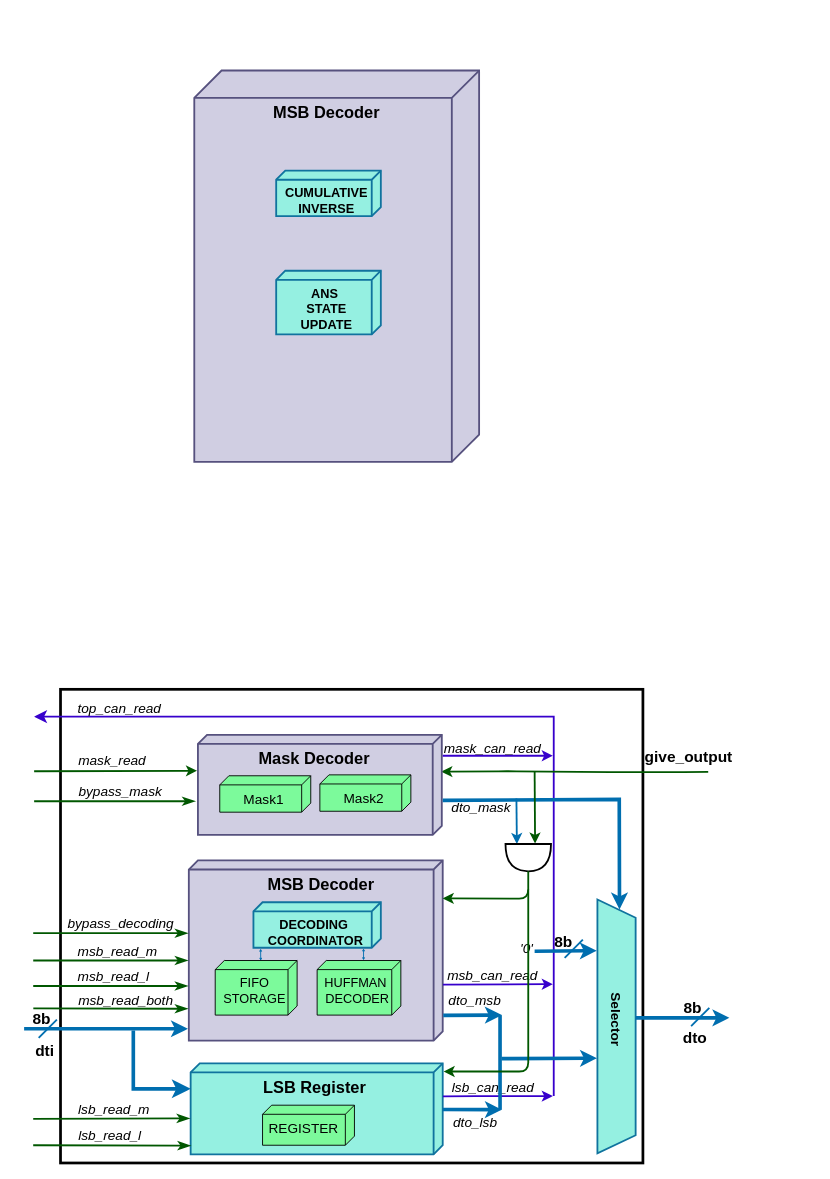
Earlier version of the draw.io diagram ANS decoder.drawio (Nithyarajoman/Drawio-figures). Source tidied: cells renumbered, new cells numbered last; positions are measured from the earlier drawing's top-left corner, leaving out a move shared by most shapes. Both pictures are drawn from the tidied source at 91%, with x=0, y=0 at pixel (24, 70).
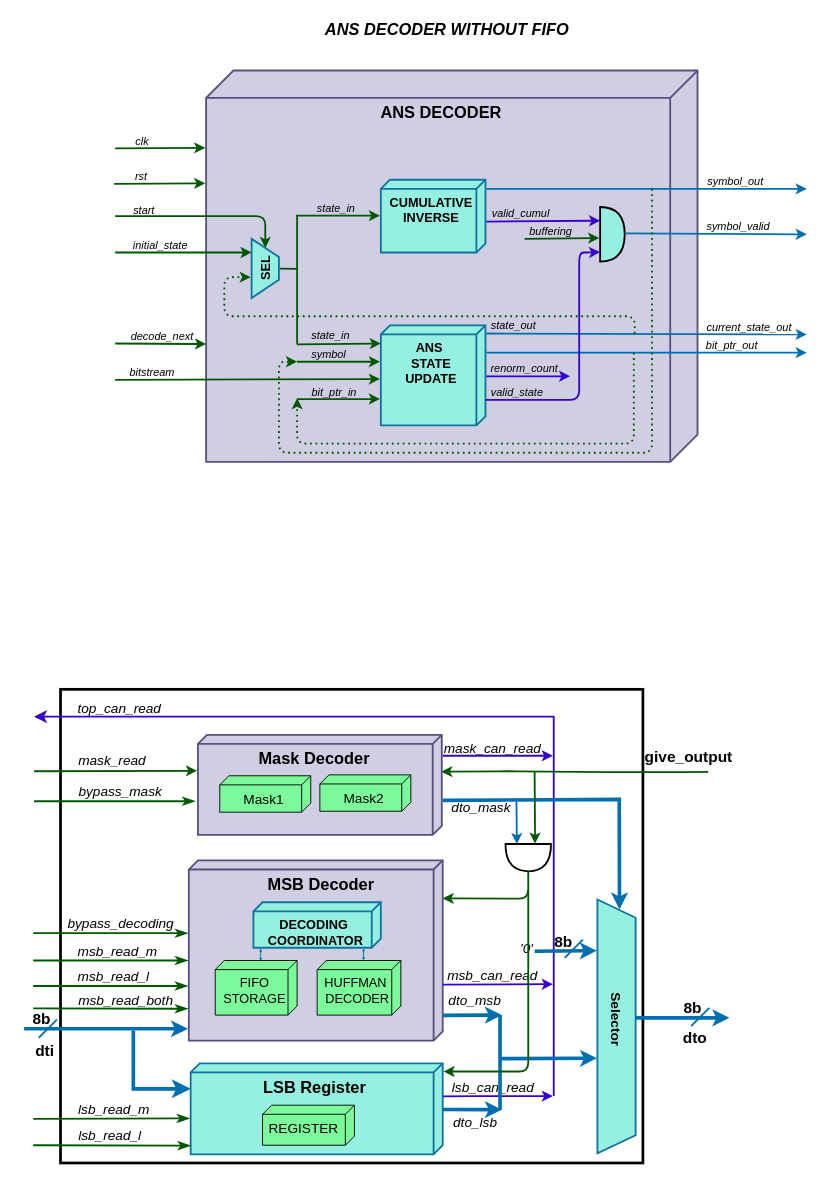
The same page after the edit.

What changed in the source:
```diff
@@
-    <mxCell id="68" value="&lt;font size=&quot;1&quot; color=&quot;#000000&quot;&gt;&lt;b style=&quot;font-size: 18px;&quot;&gt;&amp;nbsp; &amp;nbsp; &amp;nbsp; &amp;nbsp; &amp;nbsp; &amp;nbsp; &amp;nbsp; &amp;nbsp; MSB Decoder&lt;/b&gt;&lt;/font&gt;" style="verticalAlign=top;align=left;shape=cube;size=30;direction=south;fontStyle=0;html=1;boundedLbl=1;spacingLeft=5;rounded=1;fillColor=#d0cee2;strokeColor=#56517e;strokeWidth=2;" parent="1" vertex="1">
-      <mxGeometry x="187" width="313" height="430" as="geometry" />
+    <mxCell id="68" value="&lt;font size=&quot;1&quot; color=&quot;#000000&quot;&gt;&lt;b style=&quot;font-size: 18px;&quot;&gt;ANS DECODER&lt;/b&gt;&lt;/font&gt;" style="verticalAlign=top;align=center;shape=cube;size=30;direction=south;fontStyle=0;html=1;boundedLbl=1;spacingLeft=5;rounded=1;fillColor=#d0cee2;strokeColor=#56517e;strokeWidth=2;" parent="1" vertex="1">
+      <mxGeometry x="200" width="540" height="430" as="geometry" />
     </mxCell>
-    <mxCell id="69" value="&lt;span style=&quot;font-size: 14px;&quot;&gt;&lt;b&gt;CUMULATIVE&lt;/b&gt;&lt;/span&gt;&lt;div&gt;&lt;span style=&quot;font-size: 14px;&quot;&gt;&lt;b&gt;INVERSE&lt;/b&gt;&lt;/span&gt;&lt;/div&gt;" style="verticalAlign=top;align=center;shape=cube;size=10;direction=south;fontStyle=0;html=1;boundedLbl=1;spacingLeft=5;rounded=1;fillColor=#95F0E1;strokeColor=#10739e;strokeWidth=2;" parent="1" vertex="1">
-      <mxGeometry x="277" y="110" width="115" height="50" as="geometry" />
+    <mxCell id="69" value="&lt;div style=&quot;&quot;&gt;&lt;b style=&quot;font-size: 14px; background-color: transparent; color: light-dark(rgb(0, 0, 0), rgb(255, 255, 255));&quot;&gt;CUMULATIVE&lt;/b&gt;&lt;/div&gt;&lt;div style=&quot;&quot;&gt;&lt;span style=&quot;font-size: 14px;&quot;&gt;&lt;b&gt;INVERSE&lt;/b&gt;&lt;/span&gt;&lt;/div&gt;" style="verticalAlign=top;align=center;shape=cube;size=10;direction=south;fontStyle=0;html=1;boundedLbl=1;spacingLeft=5;rounded=1;fillColor=#95F0E1;strokeColor=#10739e;strokeWidth=2;" parent="1" vertex="1">
+      <mxGeometry x="392" y="120" width="115" height="80" as="geometry" />
     </mxCell>
     <mxCell id="70" value="&lt;span style=&quot;font-size: 14px;&quot;&gt;&lt;b&gt;ANS&amp;nbsp;&lt;/b&gt;&lt;/span&gt;&lt;div&gt;&lt;span style=&quot;font-size: 14px;&quot;&gt;&lt;b&gt;STATE&lt;/b&gt;&lt;/span&gt;&lt;div&gt;&lt;span style=&quot;font-size: 14px;&quot;&gt;&lt;b&gt;UPDATE&lt;/b&gt;&lt;/span&gt;&lt;/div&gt;&lt;/div&gt;" style="verticalAlign=top;align=center;shape=cube;size=10;direction=south;fontStyle=0;html=1;boundedLbl=1;spacingLeft=5;rounded=1;fillColor=#95F0E1;strokeColor=#10739e;strokeWidth=2;" parent="1" vertex="1">
-      <mxGeometry x="277" y="220" width="115" height="70" as="geometry" />
+      <mxGeometry x="392" y="280" width="115" height="110" as="geometry" />
     </mxCell>
+    <mxCell id="71" style="endArrow=classic;startArrow=none;endFill=1;startFill=0;html=1;verticalAlign=bottom;labelBackgroundColor=none;strokeWidth=2;shadow=0;sketch=0;fontColor=#000000;fillColor=#008a00;strokeColor=#005700;exitX=0.371;exitY=0.796;exitDx=0;exitDy=0;exitPerimeter=0;" parent="1" edge="1">
+      <mxGeometry relative="1" as="geometry">
+        <mxPoint x="298.8" y="159.5" as="sourcePoint" />
+        <mxPoint x="391" y="159.5" as="targetPoint" />
+      </mxGeometry>
+    </mxCell>
+    <mxCell id="72" value="&lt;i&gt;state_in&lt;/i&gt;" style="text;html=1;whiteSpace=wrap;strokeColor=none;fillColor=none;align=center;verticalAlign=middle;rounded=0;" parent="1" vertex="1">
+      <mxGeometry x="312.5" y="137" width="60" height="30" as="geometry" />
+    </mxCell>
+    <mxCell id="73" style="endArrow=classic;startArrow=none;endFill=1;startFill=0;html=1;verticalAlign=bottom;labelBackgroundColor=none;strokeWidth=2;shadow=0;sketch=0;fontColor=#000000;fillColor=#008a00;strokeColor=#005700;exitX=-0.075;exitY=0.133;exitDx=0;exitDy=0;exitPerimeter=0;" parent="1" edge="1" source="76">
+      <mxGeometry relative="1" as="geometry">
+        <mxPoint x="392" y="300" as="targetPoint" />
+      </mxGeometry>
+    </mxCell>
+    <mxCell id="74" value="&lt;i&gt;state_in&lt;/i&gt;" style="text;html=1;whiteSpace=wrap;strokeColor=none;fillColor=none;align=center;verticalAlign=middle;rounded=0;" parent="1" vertex="1">
+      <mxGeometry x="306.5" y="277" width="60" height="30" as="geometry" />
+    </mxCell>
+    <mxCell id="75" style="endArrow=classic;startArrow=none;endFill=1;startFill=0;html=1;verticalAlign=bottom;labelBackgroundColor=none;strokeWidth=2;shadow=0;sketch=0;fontColor=#000000;fillColor=#008a00;strokeColor=#005700;" parent="1" edge="1">
+      <mxGeometry relative="1" as="geometry">
+        <mxPoint x="300" y="320" as="sourcePoint" />
+        <mxPoint x="391" y="320" as="targetPoint" />
+      </mxGeometry>
+    </mxCell>
+    <mxCell id="76" value="&lt;i&gt;symbol&lt;/i&gt;" style="text;html=1;whiteSpace=wrap;strokeColor=none;fillColor=none;align=center;verticalAlign=middle;rounded=0;" parent="1" vertex="1">
+      <mxGeometry x="304.5" y="297" width="60" height="30" as="geometry" />
+    </mxCell>
+    <mxCell id="77" style="endArrow=classic;startArrow=none;endFill=1;startFill=0;html=1;verticalAlign=bottom;labelBackgroundColor=none;strokeWidth=2;shadow=0;sketch=0;fontColor=#000000;fillColor=#008a00;strokeColor=#005700;" parent="1" edge="1">
+      <mxGeometry relative="1" as="geometry">
+        <mxPoint x="100" y="340" as="sourcePoint" />
+        <mxPoint x="391" y="339" as="targetPoint" />
+      </mxGeometry>
+    </mxCell>
+    <mxCell id="78" value="&lt;i&gt;bitstream&lt;/i&gt;" style="text;html=1;whiteSpace=wrap;strokeColor=none;fillColor=none;align=center;verticalAlign=middle;rounded=0;" parent="1" vertex="1">
+      <mxGeometry x="111" y="317" width="60" height="30" as="geometry" />
+    </mxCell>
+    <mxCell id="79" style="endArrow=classic;startArrow=none;endFill=1;startFill=0;html=1;verticalAlign=bottom;labelBackgroundColor=none;strokeWidth=2;shadow=0;sketch=0;fontColor=#000000;fillColor=#008a00;strokeColor=#005700;" parent="1" edge="1">
+      <mxGeometry relative="1" as="geometry">
+        <mxPoint x="300" y="361" as="sourcePoint" />
+        <mxPoint x="391" y="361" as="targetPoint" />
+      </mxGeometry>
+    </mxCell>
+    <mxCell id="80" value="&lt;i&gt;bit_ptr_in&lt;/i&gt;" style="text;html=1;whiteSpace=wrap;strokeColor=none;fillColor=none;align=center;verticalAlign=middle;rounded=0;" parent="1" vertex="1">
+      <mxGeometry x="310.5" y="339" width="60" height="30" as="geometry" />
+    </mxCell>
+    <mxCell id="81" value="&lt;b&gt;&lt;font style=&quot;font-size: 14px;&quot;&gt;SEL&lt;/font&gt;&lt;/b&gt;" style="shape=trapezoid;perimeter=trapezoidPerimeter;whiteSpace=wrap;html=1;fixedSize=1;strokeColor=#10739e;fillColor=#95F0E1;direction=south;strokeWidth=2;horizontal=0;" parent="1" vertex="1">
+      <mxGeometry x="250" y="185" width="30" height="65" as="geometry" />
+    </mxCell>
+    <mxCell id="82" style="endArrow=none;startArrow=none;endFill=0;startFill=0;html=1;verticalAlign=bottom;labelBackgroundColor=none;strokeWidth=2;shadow=0;sketch=0;fontColor=#000000;fillColor=#008a00;strokeColor=#005700;exitX=0.371;exitY=0.796;exitDx=0;exitDy=0;exitPerimeter=0;" parent="1" edge="1">
+      <mxGeometry relative="1" as="geometry">
+        <mxPoint x="281" y="217.7" as="sourcePoint" />
+        <mxPoint x="300" y="218" as="targetPoint" />
+      </mxGeometry>
+    </mxCell>
+    <mxCell id="83" style="endArrow=none;startArrow=none;endFill=0;startFill=0;html=1;verticalAlign=bottom;labelBackgroundColor=none;strokeWidth=2;shadow=0;sketch=0;fontColor=#000000;fillColor=#008a00;strokeColor=#005700;" parent="1" edge="1">
+      <mxGeometry relative="1" as="geometry">
+        <mxPoint x="300" y="160" as="sourcePoint" />
+        <mxPoint x="300" y="301" as="targetPoint" />
+      </mxGeometry>
+    </mxCell>
+    <mxCell id="84" style="endArrow=classic;startArrow=none;endFill=1;startFill=0;html=1;verticalAlign=bottom;labelBackgroundColor=none;strokeWidth=2;shadow=0;sketch=0;fontColor=#000000;fillColor=#008a00;strokeColor=#005700;" parent="1" edge="1">
+      <mxGeometry relative="1" as="geometry">
+        <mxPoint x="100" y="200" as="sourcePoint" />
+        <mxPoint x="250" y="200" as="targetPoint" />
+      </mxGeometry>
+    </mxCell>
+    <mxCell id="85" value="&lt;i&gt;initial_state&lt;/i&gt;" style="text;html=1;whiteSpace=wrap;strokeColor=none;fillColor=none;align=center;verticalAlign=middle;rounded=0;" parent="1" vertex="1">
+      <mxGeometry x="120" y="178" width="60" height="30" as="geometry" />
+    </mxCell>
+    <mxCell id="86" style="endArrow=classic;startArrow=none;endFill=1;startFill=0;html=1;verticalAlign=bottom;labelBackgroundColor=none;strokeWidth=2;shadow=0;sketch=0;fontColor=#000000;fillColor=#008a00;strokeColor=#005700;entryX=0;entryY=0.5;entryDx=0;entryDy=0;" parent="1" edge="1" target="81">
+      <mxGeometry relative="1" as="geometry">
+        <mxPoint x="100" y="160" as="sourcePoint" />
+        <Array as="points">
+          <mxPoint x="265" y="160" />
+        </Array>
+      </mxGeometry>
+    </mxCell>
+    <mxCell id="87" value="&lt;i&gt;start&lt;/i&gt;" style="text;html=1;whiteSpace=wrap;strokeColor=none;fillColor=none;align=center;verticalAlign=middle;rounded=0;" parent="1" vertex="1">
+      <mxGeometry x="102" y="139" width="60" height="30" as="geometry" />
+    </mxCell>
+    <mxCell id="88" style="endArrow=classic;startArrow=none;endFill=1;startFill=0;html=1;verticalAlign=bottom;labelBackgroundColor=none;strokeWidth=2;shadow=0;sketch=0;fontColor=#000000;fillColor=#008a00;strokeColor=#005700;exitX=0;exitY=0.75;exitDx=0;exitDy=0;" parent="1" edge="1" source="90">
+      <mxGeometry relative="1" as="geometry">
+        <mxPoint x="199" y="85" as="targetPoint" />
+      </mxGeometry>
+    </mxCell>
+    <mxCell id="89" style="endArrow=classic;startArrow=none;endFill=1;startFill=0;html=1;verticalAlign=bottom;labelBackgroundColor=none;strokeWidth=2;shadow=0;sketch=0;fontColor=#000000;fillColor=#008a00;strokeColor=#005700;exitX=0;exitY=0.75;exitDx=0;exitDy=0;" parent="1" edge="1" source="91">
+      <mxGeometry relative="1" as="geometry">
+        <mxPoint x="199" y="124" as="targetPoint" />
+      </mxGeometry>
+    </mxCell>
+    <mxCell id="90" value="&lt;i&gt;clk&lt;/i&gt;" style="text;html=1;whiteSpace=wrap;strokeColor=none;fillColor=none;align=center;verticalAlign=middle;rounded=0;" parent="1" vertex="1">
+      <mxGeometry x="100" y="63" width="60" height="30" as="geometry" />
+    </mxCell>
+    <mxCell id="91" value="&lt;i&gt;rst&lt;/i&gt;" style="text;html=1;whiteSpace=wrap;strokeColor=none;fillColor=none;align=center;verticalAlign=middle;rounded=0;" parent="1" vertex="1">
+      <mxGeometry x="99" y="102" width="60" height="30" as="geometry" />
+    </mxCell>
+    <mxCell id="92" style="endArrow=classic;startArrow=none;endFill=1;startFill=0;html=1;verticalAlign=bottom;labelBackgroundColor=none;strokeWidth=2;shadow=0;sketch=0;fontColor=#000000;fillColor=#008a00;strokeColor=#005700;entryX=0.699;entryY=1;entryDx=0;entryDy=0;entryPerimeter=0;" parent="1" edge="1" target="68">
+      <mxGeometry relative="1" as="geometry">
+        <mxPoint x="100" y="300" as="sourcePoint" />
+      </mxGeometry>
+    </mxCell>
+    <mxCell id="93" value="&lt;i&gt;decode_next&lt;/i&gt;" style="text;html=1;whiteSpace=wrap;strokeColor=none;fillColor=none;align=center;verticalAlign=middle;rounded=0;" parent="1" vertex="1">
+      <mxGeometry x="122" y="278" width="60" height="30" as="geometry" />
+    </mxCell>
+    <mxCell id="94" style="endArrow=classic;startArrow=none;endFill=1;startFill=0;html=1;verticalAlign=bottom;labelBackgroundColor=none;strokeWidth=2;shadow=0;sketch=0;fontColor=#000000;fillColor=#008a00;strokeColor=light-dark(#006eaf, #82cd82);" parent="1" edge="1">
+      <mxGeometry relative="1" as="geometry">
+        <mxPoint x="508" y="130" as="sourcePoint" />
+        <mxPoint x="860" y="130" as="targetPoint" />
+      </mxGeometry>
+    </mxCell>
+    <mxCell id="95" value="&lt;i&gt;symbol_out&lt;/i&gt;" style="text;html=1;whiteSpace=wrap;strokeColor=none;fillColor=none;align=center;verticalAlign=middle;rounded=0;" parent="1" vertex="1">
+      <mxGeometry x="752" y="107" width="60" height="30" as="geometry" />
+    </mxCell>
+    <mxCell id="96" style="endArrow=classic;startArrow=none;endFill=1;startFill=0;html=1;verticalAlign=bottom;labelBackgroundColor=none;strokeWidth=2;shadow=0;sketch=0;fontColor=#000000;fillColor=#008a00;strokeColor=light-dark(#3700cc, #82cd82);exitX=-0.075;exitY=0.133;exitDx=0;exitDy=0;exitPerimeter=0;entryX=0;entryY=0.25;entryDx=0;entryDy=0;entryPerimeter=0;" parent="1" edge="1" target="98">
+      <mxGeometry relative="1" as="geometry">
+        <mxPoint x="508" y="166" as="sourcePoint" />
+      </mxGeometry>
+    </mxCell>
+    <mxCell id="97" value="&lt;i&gt;valid_cumul&lt;/i&gt;" style="text;html=1;whiteSpace=wrap;strokeColor=none;fillColor=none;align=center;verticalAlign=middle;rounded=0;" parent="1" vertex="1">
+      <mxGeometry x="512.5" y="143" width="65.5" height="30" as="geometry" />
+    </mxCell>
+    <mxCell id="98" style="shape=or;whiteSpace=wrap;html=1;fillColor=light-dark(#95f0e1, #ededed);strokeWidth=2;" parent="1" vertex="1">
+      <mxGeometry x="633" y="150" width="27" height="60" as="geometry" />
+    </mxCell>
+    <mxCell id="99" style="endArrow=classic;startArrow=none;endFill=1;startFill=0;html=1;verticalAlign=bottom;labelBackgroundColor=none;strokeWidth=2;shadow=0;sketch=0;fontColor=#000000;fillColor=#008a00;strokeColor=light-dark(#006eaf, #82cd82);exitX=-0.075;exitY=0.133;exitDx=0;exitDy=0;exitPerimeter=0;" parent="1" edge="1">
+      <mxGeometry relative="1" as="geometry">
+        <mxPoint x="508" y="289" as="sourcePoint" />
+        <mxPoint x="860" y="290" as="targetPoint" />
+      </mxGeometry>
+    </mxCell>
+    <mxCell id="100" value="&lt;i&gt;state_out&lt;/i&gt;" style="text;html=1;whiteSpace=wrap;strokeColor=none;fillColor=none;align=center;verticalAlign=middle;rounded=0;" parent="1" vertex="1">
+      <mxGeometry x="507.5" y="266" width="60" height="30" as="geometry" />
+    </mxCell>
+    <mxCell id="101" style="endArrow=classic;startArrow=none;endFill=1;startFill=0;html=1;verticalAlign=bottom;labelBackgroundColor=none;strokeWidth=2;shadow=0;sketch=0;fontColor=#000000;fillColor=#008a00;strokeColor=light-dark(#006eaf, #82cd82);exitX=-0.075;exitY=0.133;exitDx=0;exitDy=0;exitPerimeter=0;" parent="1" edge="1">
+      <mxGeometry relative="1" as="geometry">
+        <mxPoint x="508" y="310" as="sourcePoint" />
+        <mxPoint x="860" y="310" as="targetPoint" />
+      </mxGeometry>
+    </mxCell>
+    <mxCell id="102" value="&lt;i&gt;bit_ptr_out&lt;/i&gt;" style="text;html=1;whiteSpace=wrap;strokeColor=none;fillColor=none;align=center;verticalAlign=middle;rounded=0;" parent="1" vertex="1">
+      <mxGeometry x="748" y="288" width="60" height="30" as="geometry" />
+    </mxCell>
+    <mxCell id="103" style="endArrow=classic;startArrow=none;endFill=1;startFill=0;html=1;verticalAlign=bottom;labelBackgroundColor=none;strokeWidth=2;shadow=0;sketch=0;fontColor=#000000;fillColor=#008a00;strokeColor=light-dark(#3700cc, #82cd82);exitX=-0.075;exitY=0.133;exitDx=0;exitDy=0;exitPerimeter=0;" parent="1" edge="1">
+      <mxGeometry relative="1" as="geometry">
+        <mxPoint x="508" y="336" as="sourcePoint" />
+        <mxPoint x="600" y="336" as="targetPoint" />
+      </mxGeometry>
+    </mxCell>
+    <mxCell id="104" value="&lt;i&gt;renorm_count&lt;/i&gt;" style="text;html=1;whiteSpace=wrap;strokeColor=none;fillColor=none;align=center;verticalAlign=middle;rounded=0;" parent="1" vertex="1">
+      <mxGeometry x="519.5" y="313" width="60" height="30" as="geometry" />
+    </mxCell>
+    <mxCell id="105" style="endArrow=classic;startArrow=none;endFill=1;startFill=0;html=1;verticalAlign=bottom;labelBackgroundColor=none;strokeWidth=2;shadow=0;sketch=0;fontColor=#000000;fillColor=#008a00;strokeColor=light-dark(#3700cc, #82cd82);exitX=-0.075;exitY=0.133;exitDx=0;exitDy=0;exitPerimeter=0;entryX=-0.004;entryY=0.824;entryDx=0;entryDy=0;entryPerimeter=0;" parent="1" edge="1" target="98">
+      <mxGeometry relative="1" as="geometry">
+        <mxPoint x="506.5" y="362" as="sourcePoint" />
+        <Array as="points">
+          <mxPoint x="610" y="362" />
+          <mxPoint x="610" y="270" />
+          <mxPoint x="610" y="200" />
+          <mxPoint x="620" y="200" />
+        </Array>
+      </mxGeometry>
+    </mxCell>
+    <mxCell id="106" value="&lt;i&gt;valid_state&lt;/i&gt;" style="text;html=1;whiteSpace=wrap;strokeColor=none;fillColor=none;align=center;verticalAlign=middle;rounded=0;" parent="1" vertex="1">
+      <mxGeometry x="512" y="339" width="60" height="30" as="geometry" />
+    </mxCell>
+    <mxCell id="107" style="endArrow=classic;startArrow=none;endFill=1;startFill=0;html=1;verticalAlign=bottom;labelBackgroundColor=none;strokeWidth=2;shadow=0;sketch=0;fontColor=#000000;fillColor=#008a00;strokeColor=#005700;entryX=0;entryY=0.25;entryDx=0;entryDy=0;entryPerimeter=0;" parent="1" edge="1">
+      <mxGeometry relative="1" as="geometry">
+        <mxPoint x="550" y="185" as="sourcePoint" />
+        <mxPoint x="632" y="184" as="targetPoint" />
+      </mxGeometry>
+    </mxCell>
+    <mxCell id="108" value="&lt;i&gt;buffering&lt;/i&gt;" style="text;html=1;whiteSpace=wrap;strokeColor=none;fillColor=none;align=center;verticalAlign=middle;rounded=0;" parent="1" vertex="1">
+      <mxGeometry x="546" y="162" width="65.5" height="30" as="geometry" />
+    </mxCell>
+    <mxCell id="109" style="endArrow=classic;startArrow=none;endFill=1;startFill=0;html=1;verticalAlign=bottom;labelBackgroundColor=none;strokeWidth=2;shadow=0;sketch=0;fontColor=#000000;fillColor=#008a00;strokeColor=light-dark(#006eaf, #82cd82);exitX=-0.075;exitY=0.133;exitDx=0;exitDy=0;exitPerimeter=0;" parent="1" edge="1">
+      <mxGeometry relative="1" as="geometry">
+        <mxPoint x="661" y="179" as="sourcePoint" />
+        <mxPoint x="860" y="180" as="targetPoint" />
+      </mxGeometry>
+    </mxCell>
+    <mxCell id="110" value="&lt;i&gt;symbol_valid&lt;/i&gt;" style="text;html=1;whiteSpace=wrap;strokeColor=none;fillColor=none;align=center;verticalAlign=middle;rounded=0;" parent="1" vertex="1">
+      <mxGeometry x="752" y="157" width="65.5" height="30" as="geometry" />
+    </mxCell>
+    <mxCell id="111" value="&lt;i&gt;current_state_out&lt;/i&gt;" style="text;html=1;whiteSpace=wrap;strokeColor=none;fillColor=none;align=center;verticalAlign=middle;rounded=0;" parent="1" vertex="1">
+      <mxGeometry x="767" y="268" width="60" height="30" as="geometry" />
+    </mxCell>
+    <mxCell id="112" style="endArrow=classic;startArrow=none;endFill=1;startFill=0;html=1;verticalAlign=bottom;labelBackgroundColor=none;strokeWidth=2;shadow=0;sketch=0;fontColor=#000000;fillColor=#008a00;strokeColor=#005700;dashed=1;dashPattern=1 2;" parent="1" edge="1">
+      <mxGeometry relative="1" as="geometry">
+        <mxPoint x="690" y="130" as="sourcePoint" />
+        <mxPoint x="300" y="320" as="targetPoint" />
+        <Array as="points">
+          <mxPoint x="690" y="420" />
+          <mxPoint x="470" y="420" />
+          <mxPoint x="280" y="420" />
+          <mxPoint x="280" y="370" />
+          <mxPoint x="280" y="320" />
+        </Array>
+      </mxGeometry>
+    </mxCell>
+    <mxCell id="113" style="endArrow=classic;startArrow=none;endFill=1;startFill=0;html=1;verticalAlign=bottom;labelBackgroundColor=none;strokeWidth=2;shadow=0;sketch=0;fontColor=#000000;fillColor=#008a00;strokeColor=#005700;dashed=1;dashPattern=1 2;" parent="1" edge="1">
+      <mxGeometry relative="1" as="geometry">
+        <mxPoint x="670" y="310" as="sourcePoint" />
+        <mxPoint x="300" y="360" as="targetPoint" />
+        <Array as="points">
+          <mxPoint x="670" y="410" />
+          <mxPoint x="480" y="410" />
+          <mxPoint x="300" y="410" />
+        </Array>
+      </mxGeometry>
+    </mxCell>
+    <mxCell id="114" style="endArrow=classic;startArrow=none;endFill=1;startFill=0;html=1;verticalAlign=bottom;labelBackgroundColor=none;strokeWidth=2;shadow=0;sketch=0;fontColor=#000000;fillColor=#008a00;strokeColor=#005700;entryX=0.647;entryY=1.033;entryDx=0;entryDy=0;entryPerimeter=0;dashed=1;dashPattern=1 2;" parent="1" edge="1" target="81">
+      <mxGeometry relative="1" as="geometry">
+        <mxPoint x="671" y="289" as="sourcePoint" />
+        <Array as="points">
+          <mxPoint x="671" y="270" />
+          <mxPoint x="460" y="270" />
+          <mxPoint x="350" y="270" />
+          <mxPoint x="220" y="270" />
+          <mxPoint x="220" y="227" />
+        </Array>
+      </mxGeometry>
+    </mxCell>
+    <mxCell id="115" value="&lt;i&gt;&lt;b&gt;&lt;font style=&quot;font-size: 18px;&quot;&gt;ANS DECODER WITHOUT FIFO&lt;/font&gt;&lt;/b&gt;&lt;/i&gt;" style="text;html=1;whiteSpace=wrap;strokeColor=none;fillColor=none;align=center;verticalAlign=middle;rounded=0;" parent="1" vertex="1">
+      <mxGeometry x="310" y="-60" width="310" height="30" as="geometry" />
+    </mxCell>
```
